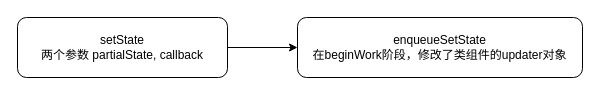
Earlier version of the draw.io diagram AboutInterview/react-setState/ReactDom.SetState.drawio (linround/gitBook). Source tidied: cells renumbered, new cells numbered last; positions are measured from the earlier drawing's top-left corner, leaving out a move shared by most shapes. Both pictures are drawn from the tidied source at 100%, with x=0, y=0 at pixel (17, 17).
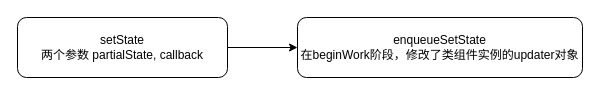
The same diagram, later.

What changed in the source:
```diff
@@
 <mxGraphModel>
   <root>
     <mxCell id="0" />
     <mxCell id="1" parent="0" />
     <mxCell id="2" style="edgeStyle=orthogonalEdgeStyle;rounded=0;jettySize=auto;html=1;" parent="1" edge="1" source="3" target="4">
       <mxGeometry relative="1" as="geometry" />
     </mxCell>
     <mxCell id="3" value="setState&lt;br&gt;两个参数&amp;nbsp;partialState, callback" style="rounded=1;whiteSpace=wrap;html=1;" parent="1" vertex="1">
       <mxGeometry width="210" height="60" as="geometry" />
     </mxCell>
-    <mxCell id="4" value="enqueueSetState&lt;br&gt;在beginWork阶段，修改了类组件的updater对象" style="whiteSpace=wrap;html=1;rounded=1;" parent="1" vertex="1">
+    <mxCell id="4" value="enqueueSetState&lt;br&gt;在beginWork阶段，修改了类组件实例的updater对象" style="whiteSpace=wrap;html=1;rounded=1;" parent="1" vertex="1">
       <mxGeometry x="280" width="285" height="60" as="geometry" />
     </mxCell>
   </root>
 </mxGraphModel>
```
